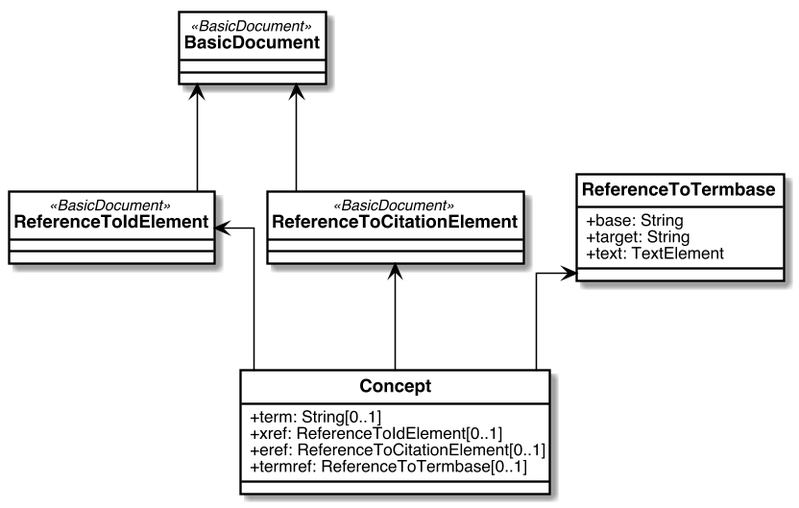
This is standoc/images/StandardDoc_Inline.png from metanorma/standoc-models, a PlantUML export, as it was before one commit.
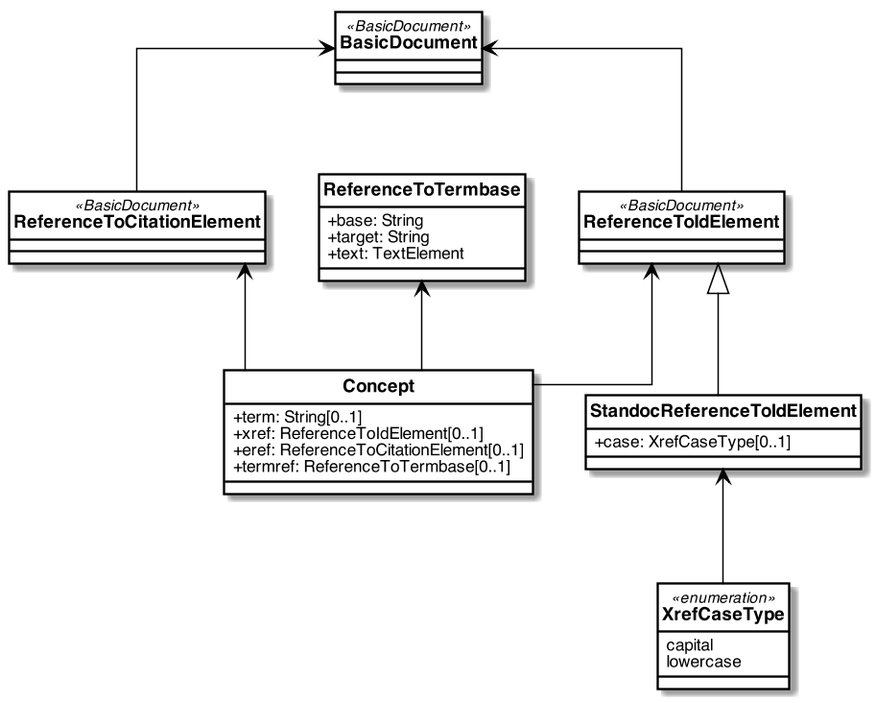
Later version of the same file.

Commit message:
xref casing: https://github.com/metanorma/metanorma-itu/issues/208

What changed in the source:
```diff
@@ -63,6 +63,15 @@
   +text: TextElement
 }
 
+class StandocReferenceToIdElement {
+  +case: XrefCaseType[0..1]
+}
+
+class XrefCaseType <<enumeration>> {
+  capital
+  lowercase
+}
+
 
 
 
@@ -72,5 +81,7 @@
 ReferenceToIdElement <-- Concept
 ReferenceToCitationElement <-- Concept
 ReferenceToTermbase <-- Concept
+ReferenceToIdElement <|-- StandocReferenceToIdElement
+StandocReferenceToIdElement <-- XrefCaseType
 
 @enduml
```
